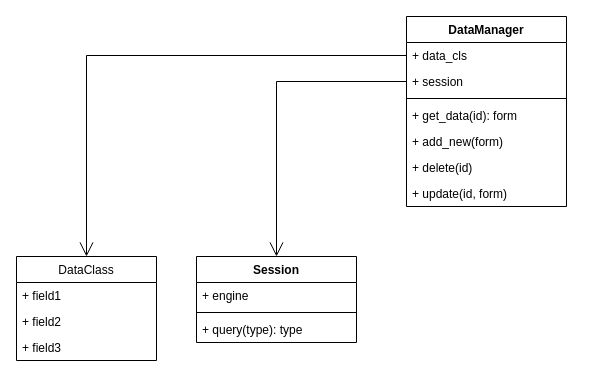
The draw.io diagram documentation/classes.drawio in khanh93vn/shop-management-vi, before the edit. Source tidied: cells renumbered, new cells numbered last; positions are measured from the earlier drawing's top-left corner, leaving out a move shared by most shapes. Both pictures are drawn from the tidied source at 100%, with x=0, y=0 at pixel (16, 16).
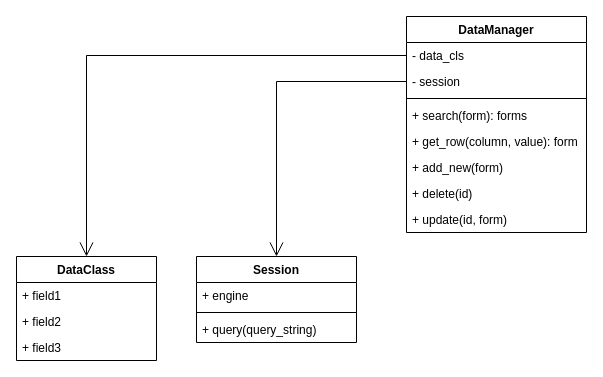
The same diagram, later.

The change refers to these unchanged cells:
```xml
<mxCell id="15" value="Session" style="swimlane;fontStyle=1;align=center;verticalAlign=top;horizontal=1;startSize=26;" parent="1" vertex="1">
  <mxGeometry x="180" y="240" width="160" height="86" as="geometry" />
</mxCell>
```

What changed in the source:
```diff
@@
     <mxCell id="2" value="DataManager" style="swimlane;fontStyle=1;align=center;verticalAlign=top;horizontal=1;startSize=26;" parent="1" vertex="1">
-      <mxGeometry x="390" width="160" height="190" as="geometry" />
+      <mxGeometry x="390" width="180" height="216" as="geometry" />
     </mxCell>
-    <mxCell id="3" value="+ data_cls" style="text;strokeColor=none;fillColor=none;align=left;verticalAlign=top;spacingLeft=4;spacingRight=4;overflow=hidden;points=[[0,0.5],[1,0.5]];portConstraint=eastwest;" parent="2" vertex="1">
-      <mxGeometry y="26" width="160" height="26" as="geometry" />
+    <mxCell id="3" value="- data_cls" style="text;strokeColor=none;fillColor=none;align=left;verticalAlign=top;spacingLeft=4;spacingRight=4;overflow=hidden;points=[[0,0.5],[1,0.5]];portConstraint=eastwest;" parent="2" vertex="1">
+      <mxGeometry y="26" width="180" height="26" as="geometry" />
     </mxCell>
-    <mxCell id="4" value="+ session" style="text;strokeColor=none;fillColor=none;align=left;verticalAlign=top;spacingLeft=4;spacingRight=4;overflow=hidden;points=[[0,0.5],[1,0.5]];portConstraint=eastwest;" parent="2" vertex="1">
-      <mxGeometry y="52" width="160" height="26" as="geometry" />
+    <mxCell id="4" value="- session" style="text;strokeColor=none;fillColor=none;align=left;verticalAlign=top;spacingLeft=4;spacingRight=4;overflow=hidden;points=[[0,0.5],[1,0.5]];portConstraint=eastwest;" parent="2" vertex="1">
+      <mxGeometry y="52" width="180" height="26" as="geometry" />
     </mxCell>
     <mxCell id="5" style="line;strokeWidth=1;fillColor=none;align=left;verticalAlign=middle;spacingTop=-1;spacingLeft=3;spacingRight=3;labelPosition=right;" parent="2" vertex="1">
-      <mxGeometry y="78" width="160" height="8" as="geometry" />
+      <mxGeometry y="78" width="180" height="8" as="geometry" />
     </mxCell>
+    <mxCell id="20" value="+ search(form): forms" style="text;strokeColor=none;fillColor=none;align=left;verticalAlign=top;spacingLeft=4;spacingRight=4;overflow=hidden;" parent="2" vertex="1">
+      <mxGeometry y="86" width="180" height="26" as="geometry" />
+    </mxCell>
-    <mxCell id="6" value="+ get_data(id): form" style="text;strokeColor=none;fillColor=none;align=left;verticalAlign=top;spacingLeft=4;spacingRight=4;overflow=hidden;" parent="2" vertex="1">
-      <mxGeometry y="86" width="160" height="26" as="geometry" />
+    <mxCell id="6" value="+ get_row(column, value): form" style="text;strokeColor=none;fillColor=none;align=left;verticalAlign=top;spacingLeft=4;spacingRight=4;overflow=hidden;" parent="2" vertex="1">
+      <mxGeometry y="112" width="180" height="26" as="geometry" />
     </mxCell>
     <mxCell id="7" value="+ add_new(form)" style="text;strokeColor=none;fillColor=none;align=left;verticalAlign=top;spacingLeft=4;spacingRight=4;overflow=hidden;" parent="2" vertex="1">
-      <mxGeometry y="112" width="160" height="26" as="geometry" />
+      <mxGeometry y="138" width="180" height="26" as="geometry" />
     </mxCell>
     <mxCell id="8" value="+ delete(id)" style="text;strokeColor=none;fillColor=none;align=left;verticalAlign=top;spacingLeft=4;spacingRight=4;overflow=hidden;" parent="2" vertex="1">
-      <mxGeometry y="138" width="160" height="26" as="geometry" />
+      <mxGeometry y="164" width="180" height="26" as="geometry" />
     </mxCell>
     <mxCell id="9" value="+ update(id, form)" style="text;strokeColor=none;fillColor=none;align=left;verticalAlign=top;spacingLeft=4;spacingRight=4;overflow=hidden;" parent="2" vertex="1">
-      <mxGeometry y="164" width="160" height="26" as="geometry" />
+      <mxGeometry y="190" width="180" height="26" as="geometry" />
     </mxCell>
-    <mxCell id="10" value="DataClass" style="swimlane;fontStyle=0;horizontal=1;startSize=26;fillColor=none;" parent="1" vertex="1">
+    <mxCell id="10" value="DataClass" style="swimlane;fontStyle=1;horizontal=1;startSize=26;fillColor=none;" parent="1" vertex="1">
       <mxGeometry y="240" width="140" height="104" as="geometry" />
     </mxCell>
@@
-    <mxCell id="18" value="+ query(type): type" style="text;strokeColor=none;fillColor=none;align=left;verticalAlign=top;spacingLeft=4;spacingRight=4;overflow=hidden;" parent="15" vertex="1">
+    <mxCell id="18" value="+ query(query_string)" style="text;strokeColor=none;fillColor=none;align=left;verticalAlign=top;spacingLeft=4;spacingRight=4;overflow=hidden;" parent="15" vertex="1">
       <mxGeometry y="60" width="160" height="26" as="geometry" />
     </mxCell>
```
